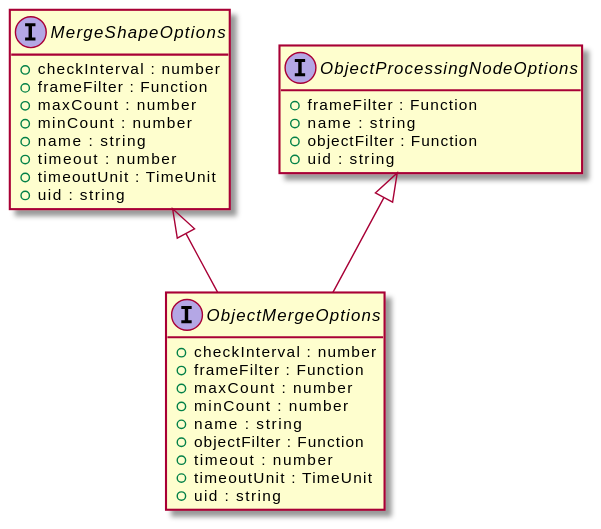
The PlantUML diagram assets/ObjectMergeOptions-umlClassDiagram-10948.svg in OpenHPS/openhps-core, before a commit. Its diagram source:
```plantuml
@startuml
skinparam BackgroundColor transparent
hide empty methods
hide empty fields
interface "ObjectMergeOptions" {
    +checkInterval : number
    +frameFilter : Function
    +maxCount : number
    +minCount : number
    +name : string
    +objectFilter : Function
    +timeout : number
    +timeoutUnit : TimeUnit
    +uid : string
}
interface "MergeShapeOptions" {
    +checkInterval : number
    +frameFilter : Function
    +maxCount : number
    +minCount : number
    +name : string
    +timeout : number
    +timeoutUnit : TimeUnit
    +uid : string
}
"MergeShapeOptions" <|-- "ObjectMergeOptions"
interface "ObjectProcessingNodeOptions" {
    +frameFilter : Function
    +name : string
    +objectFilter : Function
    +uid : string
}
"ObjectProcessingNodeOptions" <|-- "ObjectMergeOptions"
@enduml
```
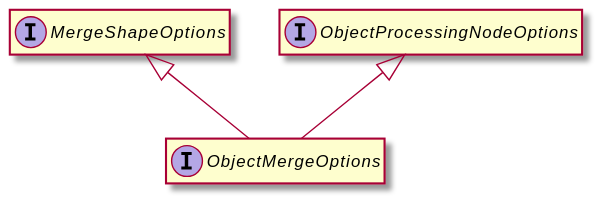
The same file after the commit.

The edit, as a diff of the source:
```diff
@@ -3,32 +3,11 @@
 hide empty methods
 hide empty fields
 interface "ObjectMergeOptions" {
-    +checkInterval : number
-    +frameFilter : Function
-    +maxCount : number
-    +minCount : number
-    +name : string
-    +objectFilter : Function
-    +timeout : number
-    +timeoutUnit : TimeUnit
-    +uid : string
 }
 interface "MergeShapeOptions" {
-    +checkInterval : number
-    +frameFilter : Function
-    +maxCount : number
-    +minCount : number
-    +name : string
-    +timeout : number
-    +timeoutUnit : TimeUnit
-    +uid : string
 }
 "MergeShapeOptions" <|-- "ObjectMergeOptions"
 interface "ObjectProcessingNodeOptions" {
-    +frameFilter : Function
-    +name : string
-    +objectFilter : Function
-    +uid : string
 }
 "ObjectProcessingNodeOptions" <|-- "ObjectMergeOptions"
 @enduml
```
